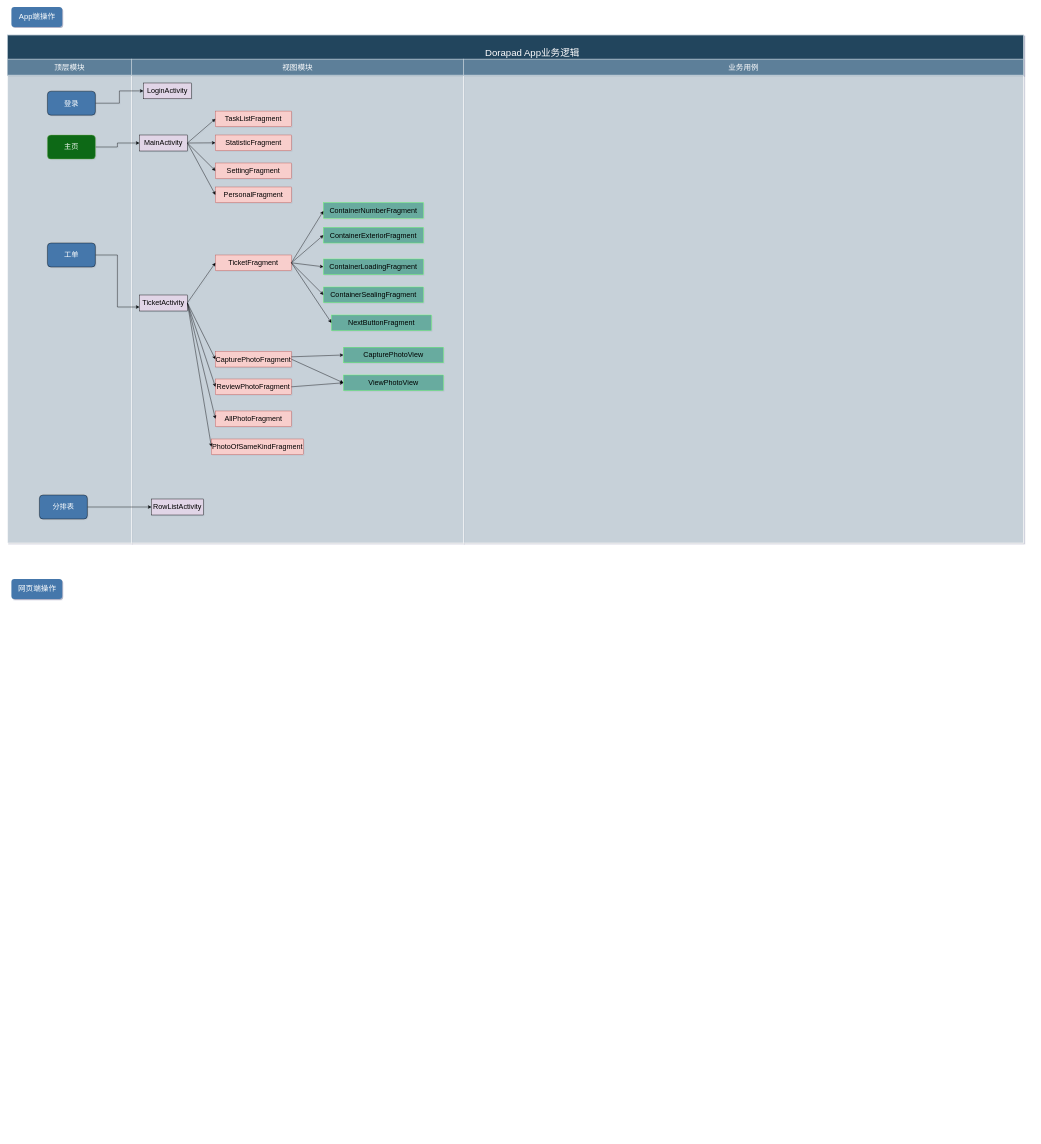
Earlier version of the draw.io diagram 业务流程图终版前端.drawio (Daniel-Kao/blog). Source tidied: cells renumbered, new cells numbered last; positions are measured from the earlier drawing's top-left corner, leaving out a move shared by most shapes. Both pictures are drawn from the tidied source at 40%, with x=0, y=0 at pixel (7, 7).
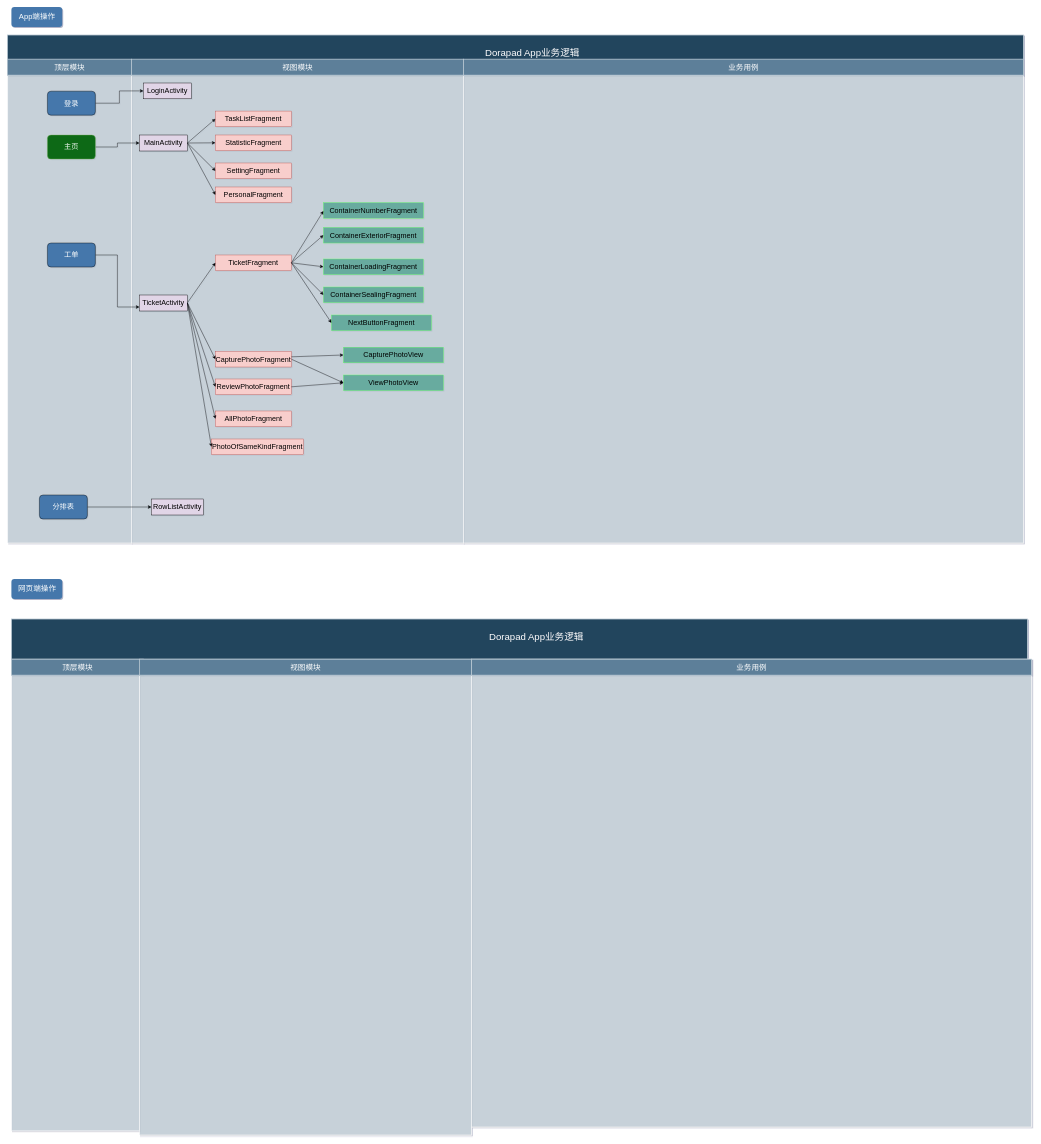
The same diagram, later.

Commit message (it also covers changes not shown here):
业务流程图终版前端.drawio

Diff of the diagram source:
```diff
@@
+    <mxCell id="57" value="Dorapad App业务逻辑" style="strokeColor=#BAC8D3;fillColor=#23445D;fontSize=24;strokeWidth=2;fontFamily=Helvetica;html=1;fontColor=#FFFFFF;fontStyle=0;spacingBottom=8;spacingRight=0;spacingLeft=83;" parent="1" vertex="1">
+      <mxGeometry x="10" y="1530" width="2540" height="100.5" as="geometry" />
+    </mxCell>
+    <mxCell id="58" style="strokeColor=#FFFFFF;fillColor=#BAC8D3;fontSize=18;strokeWidth=2;fontFamily=Helvetica;html=1;opacity=60;" parent="1" vertex="1">
+      <mxGeometry x="10" y="1640" width="320" height="1169.5" as="geometry" />
+    </mxCell>
+    <mxCell id="59" style="strokeColor=#FFFFFF;fillColor=#BAC8D3;fontSize=18;strokeWidth=2;fontFamily=Helvetica;html=1;opacity=60;" parent="1" vertex="1">
+      <mxGeometry x="330" y="1640" width="830" height="1180" as="geometry" />
+    </mxCell>
+    <mxCell id="60" style="strokeColor=#FFFFFF;fillColor=#BAC8D3;fontSize=18;strokeWidth=2;fontFamily=Helvetica;html=1;opacity=60;" parent="1" vertex="1">
+      <mxGeometry x="1160" y="1630.5" width="1400" height="1169.5" as="geometry" />
+    </mxCell>
+    <mxCell id="61" value="业务用例" style="strokeColor=#BAC8D3;fillColor=#5d7f99;fontSize=19;strokeWidth=2;fontFamily=Helvetica;html=1;labelBackgroundColor=none;fontColor=#FFFFFF;" parent="1" vertex="1">
+      <mxGeometry x="1160" y="1630.5" width="1400" height="40" as="geometry" />
+    </mxCell>
+    <mxCell id="62" style="group;" parent="1" vertex="1">
+      <mxGeometry x="10" y="1630.5" width="1140" height="40" as="geometry" />
+    </mxCell>
+    <mxCell id="63" value="顶层模块" style="strokeColor=#BAC8D3;fillColor=#5d7f99;fontSize=19;strokeWidth=2;fontFamily=Helvetica;html=1;labelBackgroundColor=none;fontColor=#FFFFFF;" parent="62" vertex="1">
+      <mxGeometry width="330" height="40" as="geometry" />
+    </mxCell>
+    <mxCell id="64" value="视图模块" style="strokeColor=#BAC8D3;fillColor=#5d7f99;fontSize=19;strokeWidth=2;fontFamily=Helvetica;html=1;labelBackgroundColor=none;fontColor=#FFFFFF;" parent="62" vertex="1">
+      <mxGeometry x="320" width="830" height="40" as="geometry" />
+    </mxCell>
```
